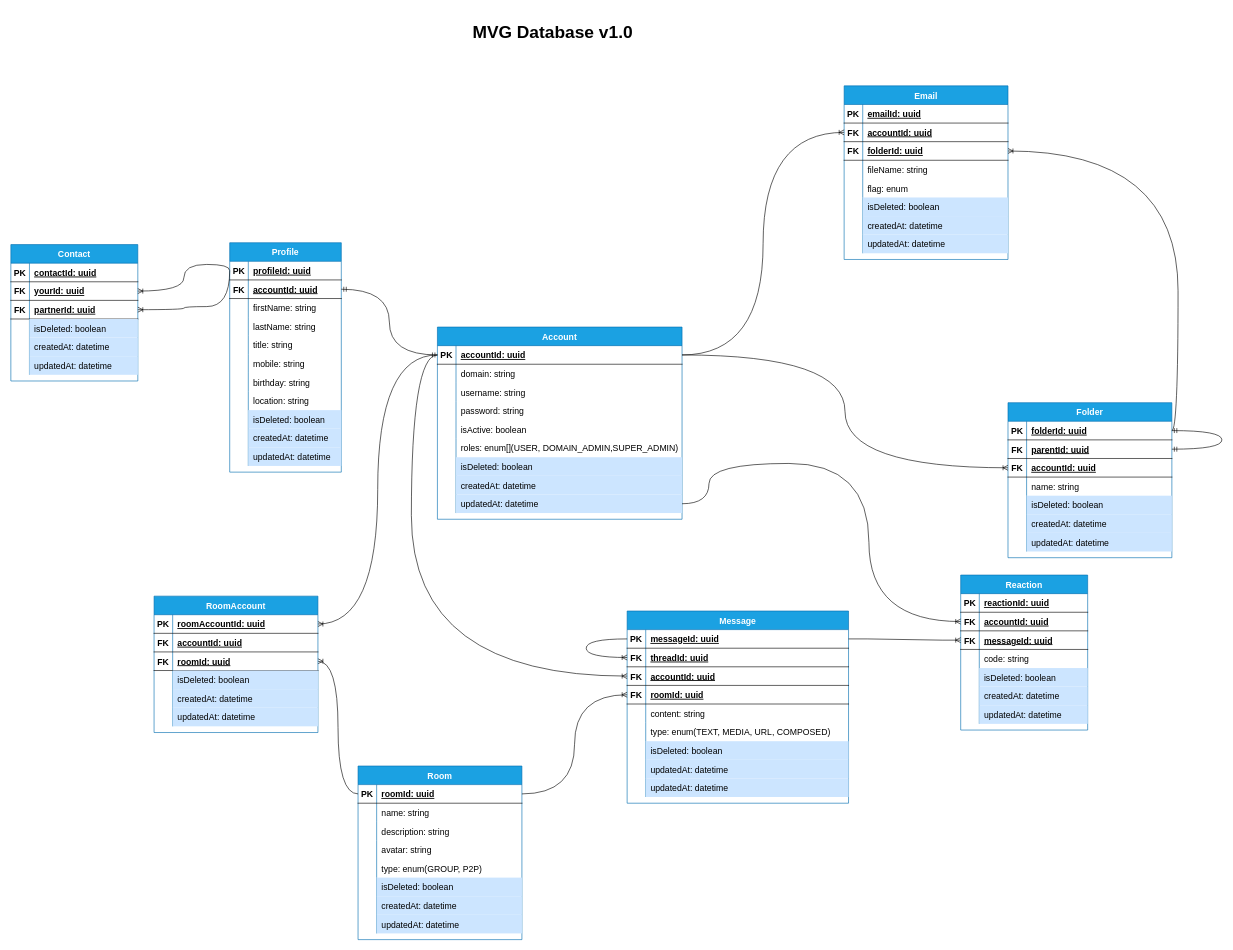
Earlier version of the draw.io diagram document/mvg_database.drawio (chautruonglong/mvg-sky). Source tidied: cells renumbered, new cells numbered last; positions are measured from the earlier drawing's top-left corner, leaving out a move shared by most shapes. Both pictures are drawn from the tidied source at 62%, with x=0, y=0 at pixel (11, 17).
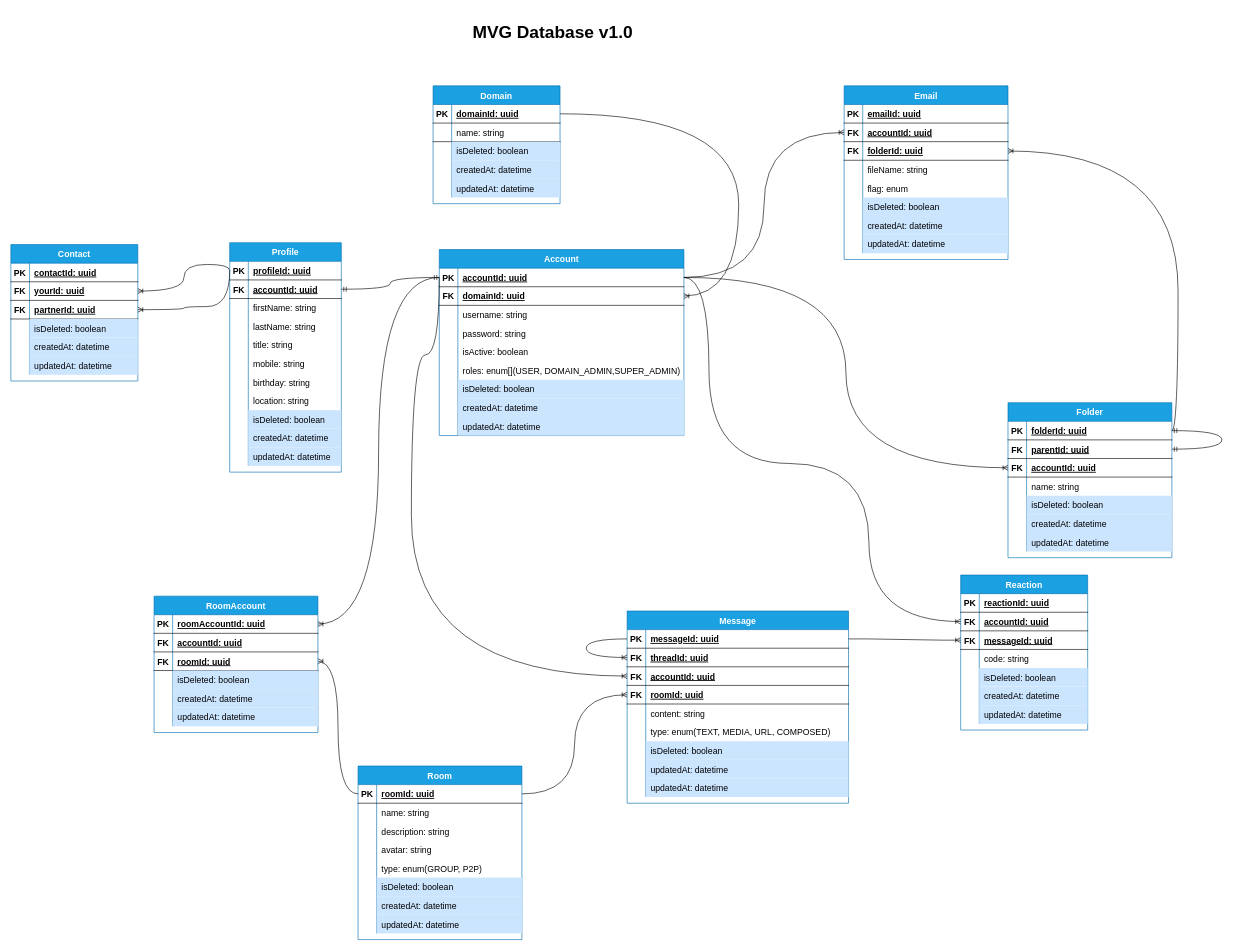
After the change.

Unchanged cells that the change refers to:
```xml
<mxCell id="3" style="shape=partialRectangle;fillColor=none;top=0;left=0;bottom=1;right=0;points=[[0,0.5],[1,0.5]];portConstraint=eastwest;fontSize=14;" parent="2" vertex="1">
  <mxGeometry y="30" width="394.6" height="30" as="geometry" />
</mxCell>
<mxCell id="27" style="shape=partialRectangle;fillColor=none;top=0;left=0;bottom=0;right=0;points=[[0,0.5],[1,0.5]];portConstraint=eastwest;fontSize=14;" parent="2" vertex="1">
  <mxGeometry y="270" width="394.6" height="30" as="geometry" />
</mxCell>
<mxCell id="98" style="shape=partialRectangle;fillColor=none;top=0;left=0;bottom=1;right=0;points=[[0,0.5],[1,0.5]];portConstraint=eastwest;fontSize=14;" parent="94" vertex="1">
  <mxGeometry y="60" width="204.8" height="30" as="geometry" />
</mxCell>
<mxCell id="146" style="shape=partialRectangle;fillColor=none;top=0;left=0;bottom=1;right=0;points=[[0,0.5],[1,0.5]];portConstraint=eastwest;fontSize=14;" parent="142" vertex="1">
  <mxGeometry y="60" width="264.3" height="30" as="geometry" />
</mxCell>
<mxCell id="219" style="shape=partialRectangle;fillColor=none;top=0;left=0;bottom=1;right=0;points=[[0,0.5],[1,0.5]];portConstraint=eastwest;fontSize=14;" parent="212" vertex="1">
  <mxGeometry y="90" width="264.3" height="30" as="geometry" />
</mxCell>
```

What changed in the source:
```diff
@@
     <mxCell id="2" value="Account" style="shape=table;startSize=30;childLayout=tableLayout;rowLines=0;fontStyle=1;align=center;fontSize=14;fillColor=#1ba1e2;strokeColor=#006EAF;fontColor=#ffffff;" parent="1" vertex="1">
-      <mxGeometry x="688" y="500" width="394.6" height="310" as="geometry" />
+      <mxGeometry x="691" y="375" width="394.6" height="300" as="geometry" />
     </mxCell>
@@
-    <mxCell id="6" style="shape=partialRectangle;fillColor=none;top=0;left=0;bottom=0;right=0;fontSize=14;" parent="2" vertex="1">
-      <mxGeometry y="60" width="394.6" height="30" as="geometry" />
-    </mxCell>
-    <mxCell id="7" style="shape=partialRectangle;fillColor=none;top=0;left=0;bottom=0;right=0;overflow=hidden;fontSize=14;" parent="6" vertex="1">
-      <mxGeometry width="30" height="30" as="geometry" />
-    </mxCell>
-    <mxCell id="8" value="domain: string" style="shape=partialRectangle;fillColor=none;top=0;left=0;bottom=0;right=0;align=left;spacingLeft=6;overflow=hidden;fontSize=14;" parent="6" vertex="1">
-      <mxGeometry x="30" width="364.6" height="30" as="geometry" />
-    </mxCell>
+    <mxCell id="239" style="shape=partialRectangle;fillColor=none;top=0;left=0;bottom=1;right=0;points=[[0,0.5],[1,0.5]];portConstraint=eastwest;fontSize=14;" parent="2" vertex="1">
+      <mxGeometry y="60" width="394.6" height="30" as="geometry" />
+    </mxCell>
+    <mxCell id="240" value="FK" style="shape=partialRectangle;fillColor=none;top=0;left=0;bottom=0;right=0;fontStyle=1;overflow=hidden;fontSize=14;" parent="239" vertex="1">
+      <mxGeometry width="30" height="30" as="geometry" />
+    </mxCell>
+    <mxCell id="241" value="domainId: uuid" style="shape=partialRectangle;fillColor=none;top=0;left=0;bottom=0;right=0;align=left;spacingLeft=6;fontStyle=5;overflow=hidden;fontSize=14;" parent="239" vertex="1">
+      <mxGeometry x="30" width="364.6" height="30" as="geometry" />
+    </mxCell>
@@
-    <mxCell id="167" style="fontSize=12;html=1;endArrow=ERoneToMany;rounded=0;exitX=1;exitY=0.5;exitDx=0;exitDy=0;edgeStyle=orthogonalEdgeStyle;curved=1;" parent="1" edge="1" source="27" target="98">
+    <mxCell id="167" style="fontSize=12;html=1;endArrow=ERoneToMany;rounded=0;exitX=1;exitY=0.5;exitDx=0;exitDy=0;edgeStyle=orthogonalEdgeStyle;curved=1;" parent="1" edge="1" source="3" target="98">
       <mxGeometry relative="1" as="geometry">
         <Array as="points">
+          <mxPoint x="1126" y="420" />
           <mxPoint x="1126" y="720" />
           <mxPoint x="1384" y="720" />
           <mxPoint x="1384" y="975" />
         </Array>
       </mxGeometry>
     </mxCell>
-    <mxCell id="168" style="edgeStyle=orthogonalEdgeStyle;fontSize=12;html=1;endArrow=ERoneToMany;rounded=0;entryX=0;entryY=0.5;entryDx=0;entryDy=0;exitX=1;exitY=0.5;exitDx=0;exitDy=0;curved=1;" parent="1" edge="1" source="3" target="146">
+    <mxCell id="168" style="edgeStyle=orthogonalEdgeStyle;fontSize=12;html=1;endArrow=ERoneToMany;rounded=0;entryX=0;entryY=0.5;entryDx=0;entryDy=0;curved=1;exitX=1;exitY=0.5;exitDx=0;exitDy=0;" parent="1" edge="1" source="3" target="146">
       <mxGeometry relative="1" as="geometry" />
     </mxCell>
@@
-    <mxCell id="235" style="edgeStyle=orthogonalEdgeStyle;fontSize=12;html=1;endArrow=ERoneToMany;rounded=0;exitX=1;exitY=0.5;exitDx=0;exitDy=0;entryX=0;entryY=0.5;entryDx=0;entryDy=0;curved=1;" parent="1" edge="1" source="3" target="219">
+    <mxCell id="235" style="edgeStyle=orthogonalEdgeStyle;fontSize=12;html=1;endArrow=ERoneToMany;rounded=0;entryX=0;entryY=0.5;entryDx=0;entryDy=0;curved=1;exitX=1;exitY=0.5;exitDx=0;exitDy=0;" parent="1" edge="1" source="3" target="219">
       <mxGeometry relative="1" as="geometry" />
     </mxCell>
@@
+    <mxCell id="242" value="Domain" style="shape=table;startSize=30;childLayout=tableLayout;rowLines=0;fontStyle=1;align=center;fontSize=14;fillColor=#1ba1e2;strokeColor=#006EAF;fontColor=#ffffff;" parent="1" vertex="1">
+      <mxGeometry x="681" y="111" width="204.8" height="190" as="geometry" />
+    </mxCell>
+    <mxCell id="243" style="shape=partialRectangle;fillColor=none;top=0;left=0;bottom=1;right=0;points=[[0,0.5],[1,0.5]];portConstraint=eastwest;fontSize=14;" parent="242" vertex="1">
+      <mxGeometry y="30" width="204.8" height="30" as="geometry" />
+    </mxCell>
+    <mxCell id="244" value="PK" style="shape=partialRectangle;fillColor=none;top=0;left=0;bottom=0;right=0;fontStyle=1;overflow=hidden;fontSize=14;" parent="243" vertex="1">
+      <mxGeometry width="30" height="30" as="geometry" />
+    </mxCell>
+    <mxCell id="245" value="domainId: uuid" style="shape=partialRectangle;fillColor=none;top=0;left=0;bottom=0;right=0;align=left;spacingLeft=6;fontStyle=5;overflow=hidden;fontSize=14;" parent="243" vertex="1">
+      <mxGeometry x="30" width="174.8" height="30" as="geometry" />
+    </mxCell>
+    <mxCell id="246" style="shape=partialRectangle;fillColor=none;top=0;left=0;bottom=1;right=0;fontSize=14;" parent="242" vertex="1">
+      <mxGeometry y="60" width="204.8" height="30" as="geometry" />
+    </mxCell>
+    <mxCell id="247" style="shape=partialRectangle;fillColor=none;top=0;left=0;bottom=0;right=0;fontStyle=1;overflow=hidden;fontSize=14;" parent="246" vertex="1">
+      <mxGeometry width="30" height="30" as="geometry" />
+    </mxCell>
+    <mxCell id="248" value="name: string" style="shape=partialRectangle;fillColor=none;top=0;left=0;bottom=0;right=0;align=left;spacingLeft=6;fontStyle=0;overflow=hidden;fontSize=14;" parent="246" vertex="1">
+      <mxGeometry x="30" width="174.8" height="30" as="geometry" />
+    </mxCell>
+    <mxCell id="249" style="shape=partialRectangle;fillColor=none;top=0;left=0;bottom=0;right=0;fontSize=14;" parent="242" vertex="1">
+      <mxGeometry y="90" width="204.8" height="30" as="geometry" />
+    </mxCell>
+    <mxCell id="250" style="shape=partialRectangle;fillColor=none;top=0;left=0;bottom=0;right=0;overflow=hidden;fontSize=14;" parent="249" vertex="1">
+      <mxGeometry width="30" height="30" as="geometry" />
+    </mxCell>
+    <mxCell id="251" value="isDeleted: boolean" style="shape=partialRectangle;fillColor=#cce5ff;top=0;left=0;bottom=0;right=0;align=left;spacingLeft=6;overflow=hidden;fontSize=14;strokeColor=#36393d;" parent="249" vertex="1">
+      <mxGeometry x="30" width="174.8" height="30" as="geometry" />
+    </mxCell>
+    <mxCell id="252" style="shape=partialRectangle;fillColor=none;top=0;left=0;bottom=0;right=0;fontSize=14;" parent="242" vertex="1">
+      <mxGeometry y="120" width="204.8" height="30" as="geometry" />
+    </mxCell>
+    <mxCell id="253" style="shape=partialRectangle;fillColor=none;top=0;left=0;bottom=0;right=0;overflow=hidden;fontSize=14;" parent="252" vertex="1">
+      <mxGeometry width="30" height="30" as="geometry" />
+    </mxCell>
+    <mxCell id="254" value="createdAt: datetime" style="shape=partialRectangle;fillColor=#cce5ff;top=0;left=0;bottom=0;right=0;align=left;spacingLeft=6;overflow=hidden;fontSize=14;strokeColor=#36393d;" parent="252" vertex="1">
+      <mxGeometry x="30" width="174.8" height="30" as="geometry" />
+    </mxCell>
+    <mxCell id="255" style="shape=partialRectangle;fillColor=none;top=0;left=0;bottom=0;right=0;fontSize=14;" parent="242" vertex="1">
+      <mxGeometry y="150" width="204.8" height="30" as="geometry" />
+    </mxCell>
+    <mxCell id="256" style="shape=partialRectangle;fillColor=none;top=0;left=0;bottom=0;right=0;overflow=hidden;fontSize=14;" parent="255" vertex="1">
+      <mxGeometry width="30" height="30" as="geometry" />
+    </mxCell>
+    <mxCell id="257" value="updatedAt: datetime" style="shape=partialRectangle;fillColor=#cce5ff;top=0;left=0;bottom=0;right=0;align=left;spacingLeft=6;overflow=hidden;fontSize=14;strokeColor=#36393d;" parent="255" vertex="1">
+      <mxGeometry x="30" width="174.8" height="30" as="geometry" />
+    </mxCell>
+    <mxCell id="258" style="edgeStyle=orthogonalEdgeStyle;fontSize=12;html=1;endArrow=ERoneToMany;rounded=0;entryX=1;entryY=0.5;entryDx=0;entryDy=0;curved=1;exitX=1;exitY=0.5;exitDx=0;exitDy=0;" parent="1" edge="1" source="243" target="239">
+      <mxGeometry relative="1" as="geometry">
+        <Array as="points">
+          <mxPoint x="1174" y="156" />
+          <mxPoint x="1174" y="450" />
+        </Array>
+      </mxGeometry>
+    </mxCell>
```
